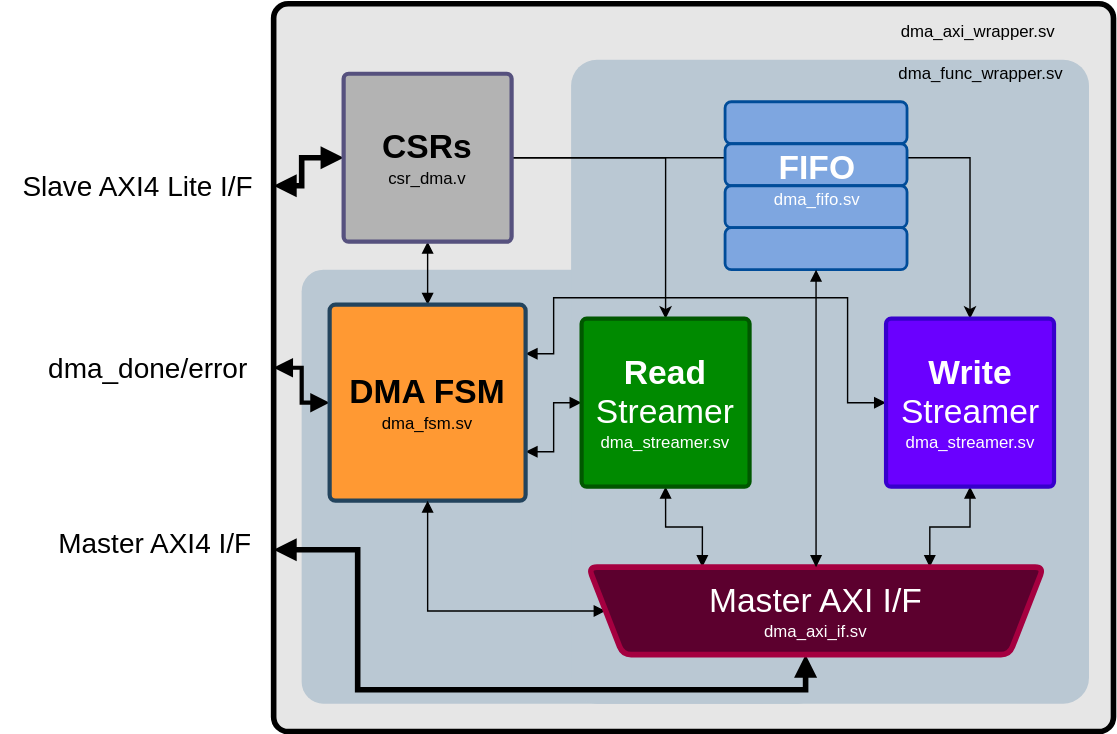
Before: docs/axi_dma.drawio.svg, a diagram exported from draw.io (aignacio/axi_dma). Source tidied: cells renumbered, new cells last; positions are measured from the earlier drawing's top-left corner, leaving out a move shared by most shapes.
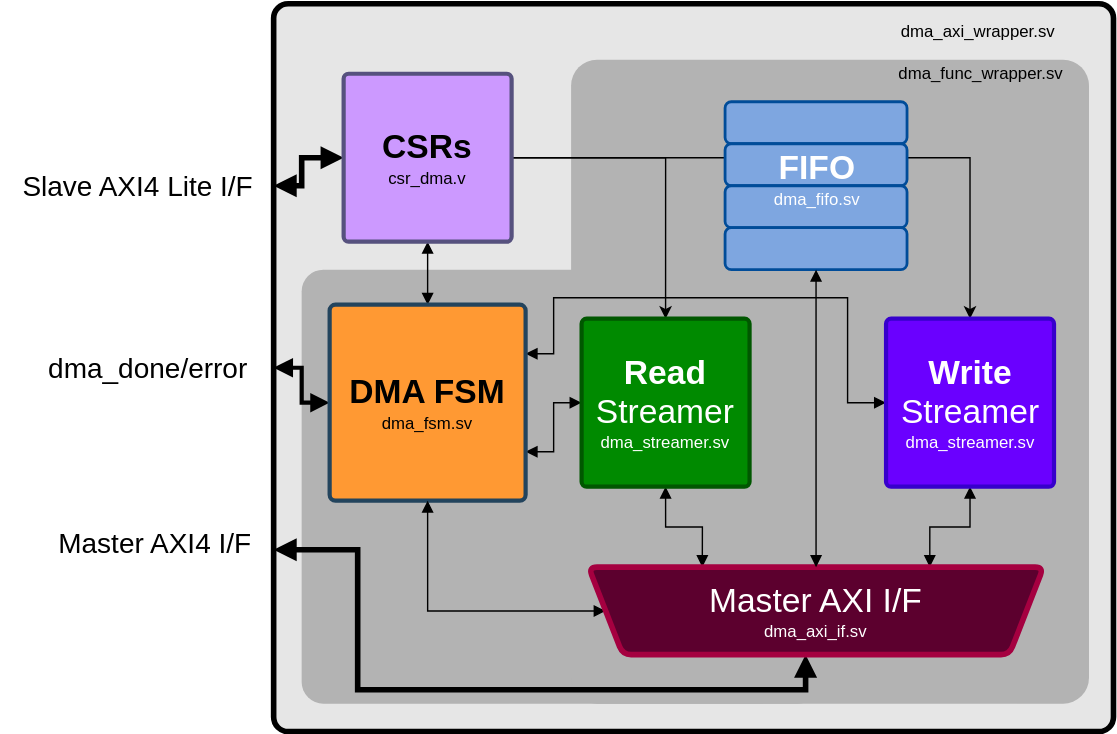
Later version of the same file.

The edit, as a diff of the source:
```diff
@@ -8,10 +8,10 @@
     <mxCell id="3" style="group;" parent="1" vertex="1">
       <mxGeometry x="215" y="40" width="562.5" height="460" as="geometry" />
     </mxCell>
-    <mxCell id="4" style="rounded=1;whiteSpace=wrap;html=1;fontSize=12;fontColor=#BAC8D3;strokeColor=none;strokeWidth=4;fillColor=#BAC8D3;arcSize=5;" parent="3" vertex="1">
+    <mxCell id="4" style="rounded=1;whiteSpace=wrap;html=1;fontSize=12;fontColor=#BAC8D3;strokeColor=none;strokeWidth=4;fillColor=#B3B3B3;arcSize=5;" parent="3" vertex="1">
       <mxGeometry y="150" width="370" height="310" as="geometry" />
     </mxCell>
-    <mxCell id="5" style="rounded=1;whiteSpace=wrap;html=1;fontSize=12;fontColor=#BAC8D3;strokeColor=none;strokeWidth=4;fillColor=#BAC8D3;arcSize=5;" parent="3" vertex="1">
+    <mxCell id="5" style="rounded=1;whiteSpace=wrap;html=1;fontSize=12;fontColor=#BAC8D3;strokeColor=none;strokeWidth=4;fillColor=#B3B3B3;arcSize=5;" parent="3" vertex="1">
       <mxGeometry x="192.5" width="370" height="460" as="geometry" />
     </mxCell>
     <mxCell id="6" value="&lt;font color=&quot;#000000&quot;&gt;dma_func_wrapper.sv&lt;/font&gt;" style="text;html=1;align=center;verticalAlign=middle;strokeColor=none;fillColor=none;fontSize=12;fontColor=#FFFFFF;" parent="3" vertex="1">
@@ -34,7 +34,7 @@
     <mxCell id="10" style="edgeStyle=orthogonalEdgeStyle;rounded=0;jettySize=auto;html=1;exitX=1;exitY=0.5;exitDx=0;exitDy=0;entryX=0.5;entryY=0;entryDx=0;entryDy=0;" parent="1" edge="1" source="11" target="19">
       <mxGeometry relative="1" as="geometry" />
     </mxCell>
-    <mxCell id="11" value="&lt;font style=&quot;&quot;&gt;&lt;span style=&quot;font-size: 24px;&quot;&gt;&lt;b&gt;CSRs&lt;/b&gt;&lt;/span&gt;&lt;br&gt;&lt;font style=&quot;font-size: 12px;&quot;&gt;csr_dma.v&lt;/font&gt;&lt;br&gt;&lt;/font&gt;" style="whiteSpace=wrap;html=1;rounded=1;arcSize=3;fillColor=#B3B3B3;strokeColor=#56517e;strokeWidth=3;" parent="1" vertex="1">
+    <mxCell id="11" value="&lt;font style=&quot;&quot;&gt;&lt;span style=&quot;font-size: 24px;&quot;&gt;&lt;b&gt;CSRs&lt;/b&gt;&lt;/span&gt;&lt;br&gt;&lt;font style=&quot;font-size: 12px;&quot;&gt;csr_dma.v&lt;/font&gt;&lt;br&gt;&lt;/font&gt;" style="whiteSpace=wrap;html=1;rounded=1;arcSize=3;fillColor=#CC99FF;strokeColor=#56517e;strokeWidth=3;" parent="1" vertex="1">
       <mxGeometry x="245" y="50" width="120" height="120" as="geometry" />
     </mxCell>
     <mxCell id="12" style="edgeStyle=orthogonalEdgeStyle;rounded=0;jettySize=auto;html=1;exitX=1;exitY=0.75;exitDx=0;exitDy=0;entryX=0;entryY=0.5;entryDx=0;entryDy=0;fontSize=12;fontColor=#FFFFFF;startArrow=block;startFill=1;endArrow=block;endFill=1;" parent="1" edge="1" source="15" target="17">
```
